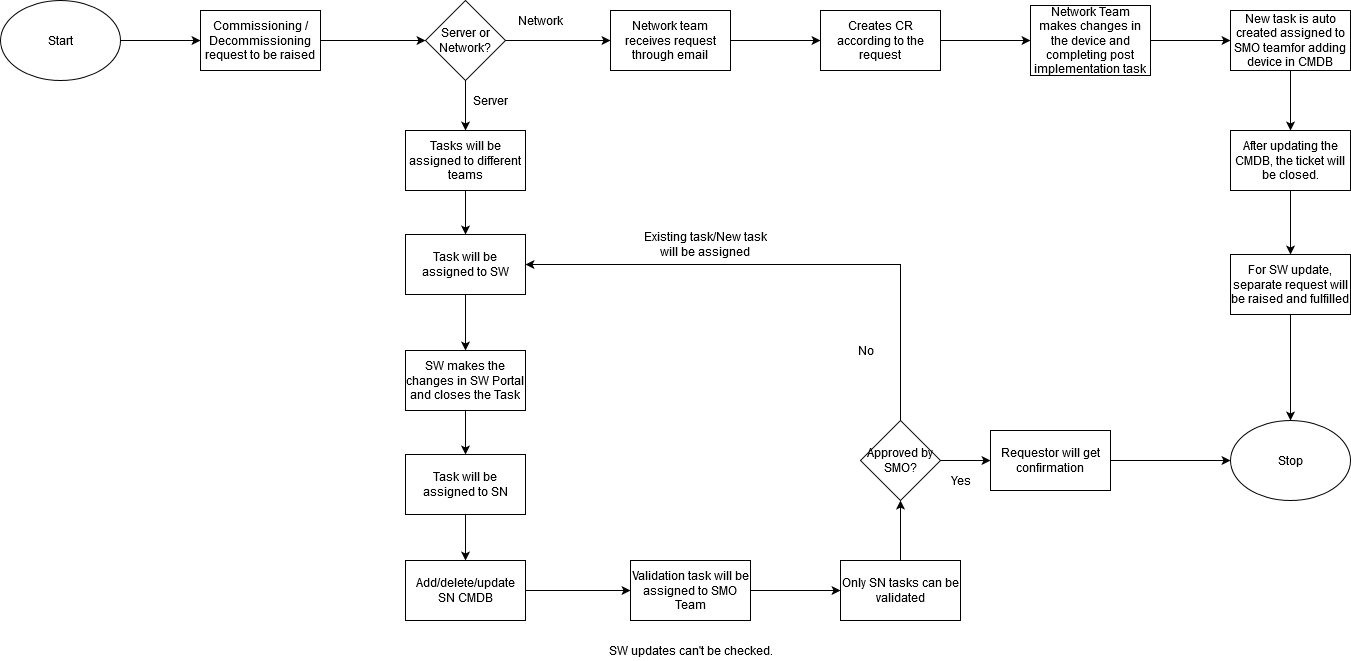
Above: CR Commissioning Decommissioning.png in Jyotiprakash-Parida/process-diagram (draw.io), before the change. Source tidied: cells renumbered, new cells last; positions are measured from the earlier drawing's top-left corner, leaving out a move shared by most shapes.
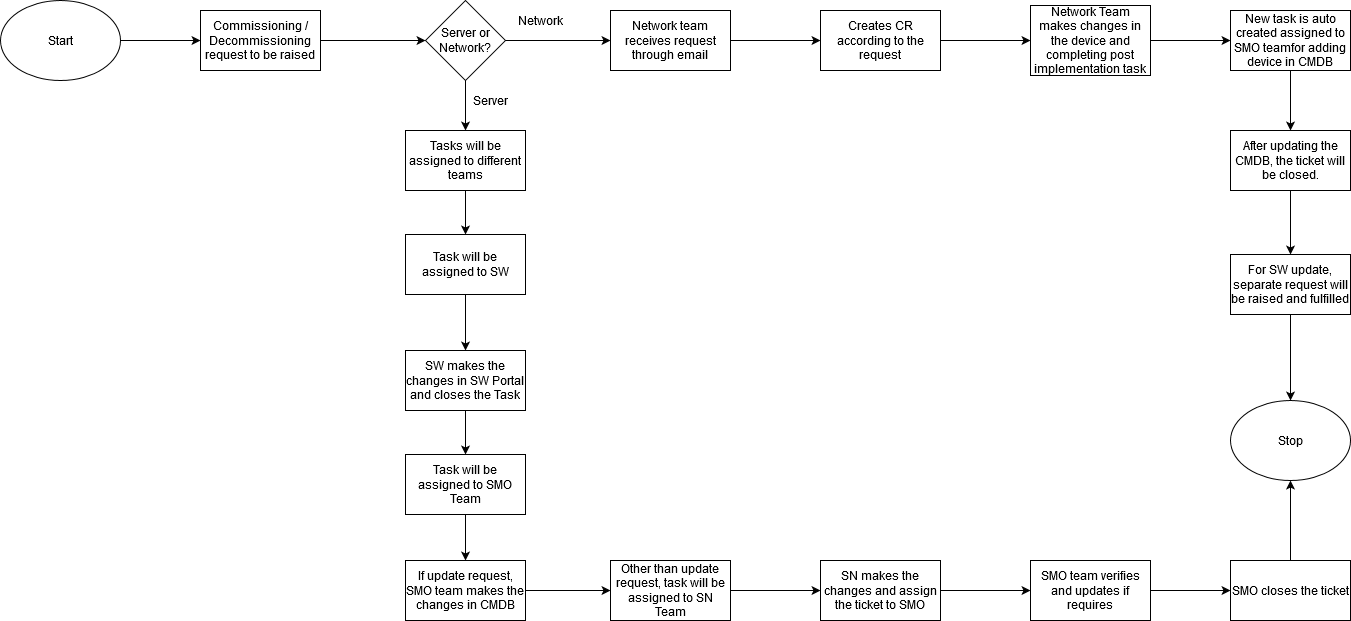
After the commit.

The edit, as a diff of the source:
```diff
@@ -37,54 +37,27 @@
     <mxCell id="12" style="edgeStyle=orthogonalEdgeStyle;rounded=0;jettySize=auto;html=1;exitX=0.5;exitY=1;exitDx=0;exitDy=0;entryX=0.5;entryY=0;entryDx=0;entryDy=0;" parent="1" edge="1" source="13" target="15">
       <mxGeometry relative="1" as="geometry" />
     </mxCell>
-    <mxCell id="13" value="Task will be assigned to SN" style="rounded=0;whiteSpace=wrap;html=1;" parent="1" vertex="1">
+    <mxCell id="13" value="Task will be assigned to SMO Team" style="rounded=0;whiteSpace=wrap;html=1;" parent="1" vertex="1">
       <mxGeometry x="405" y="454" width="120" height="60" as="geometry" />
     </mxCell>
     <mxCell id="14" style="edgeStyle=orthogonalEdgeStyle;rounded=0;jettySize=auto;html=1;exitX=1;exitY=0.5;exitDx=0;exitDy=0;entryX=0;entryY=0.5;entryDx=0;entryDy=0;" parent="1" edge="1" source="15" target="17">
       <mxGeometry relative="1" as="geometry" />
     </mxCell>
-    <mxCell id="15" value="Add/delete/update SN CMDB" style="rounded=0;whiteSpace=wrap;html=1;" parent="1" vertex="1">
+    <mxCell id="15" value="If update request, SMO team makes the changes in CMDB" style="rounded=0;whiteSpace=wrap;html=1;" parent="1" vertex="1">
       <mxGeometry x="405" y="560" width="120" height="60" as="geometry" />
     </mxCell>
     <mxCell id="16" style="edgeStyle=orthogonalEdgeStyle;rounded=0;jettySize=auto;html=1;exitX=1;exitY=0.5;exitDx=0;exitDy=0;entryX=0;entryY=0.5;entryDx=0;entryDy=0;" parent="1" edge="1" source="17" target="20">
       <mxGeometry relative="1" as="geometry" />
     </mxCell>
-    <mxCell id="17" value="Validation task will be assigned to SMO Team" style="rounded=0;whiteSpace=wrap;html=1;" parent="1" vertex="1">
-      <mxGeometry x="630" y="560" width="120" height="60" as="geometry" />
+    <mxCell id="17" value="Other than update request, task will be assigned to SN Team" style="rounded=0;whiteSpace=wrap;html=1;" parent="1" vertex="1">
+      <mxGeometry x="610" y="560" width="120" height="60" as="geometry" />
     </mxCell>
-    <mxCell id="18" value="SW updates can't be checked." style="text;html=1;align=center;verticalAlign=middle;" parent="1" vertex="1">
-      <mxGeometry x="600" y="640" width="180" height="20" as="geometry" />
-    </mxCell>
-    <mxCell id="19" style="edgeStyle=orthogonalEdgeStyle;rounded=0;jettySize=auto;html=1;" parent="1" edge="1" source="20" target="25">
-      <mxGeometry relative="1" as="geometry" />
-    </mxCell>
+    <mxCell id="47" style="edgeStyle=orthogonalEdgeStyle;rounded=0;jettySize=auto;html=1;" parent="1" edge="1" source="20" target="49">
+      <mxGeometry relative="1" as="geometry" />
+    </mxCell>
-    <mxCell id="20" value="Only SN tasks can be validated" style="rounded=0;whiteSpace=wrap;html=1;" parent="1" vertex="1">
-      <mxGeometry x="840" y="560" width="120" height="60" as="geometry" />
+    <mxCell id="20" value="SN makes the changes and assign the ticket to SMO" style="rounded=0;whiteSpace=wrap;html=1;" parent="1" vertex="1">
+      <mxGeometry x="820" y="560" width="120" height="60" as="geometry" />
     </mxCell>
-    <mxCell id="21" style="edgeStyle=orthogonalEdgeStyle;rounded=0;jettySize=auto;html=1;" parent="1" edge="1" source="22" target="31">
-      <mxGeometry relative="1" as="geometry" />
-    </mxCell>
-    <mxCell id="22" value="Requestor will get confirmation" style="rounded=0;whiteSpace=wrap;html=1;" parent="1" vertex="1">
-      <mxGeometry x="990" y="430" width="120" height="60" as="geometry" />
-    </mxCell>
-    <mxCell id="23" style="edgeStyle=orthogonalEdgeStyle;rounded=0;jettySize=auto;html=1;exitX=0.5;exitY=0;exitDx=0;exitDy=0;entryX=1;entryY=0.5;entryDx=0;entryDy=0;" parent="1" edge="1" source="25" target="11">
-      <mxGeometry relative="1" as="geometry" />
-    </mxCell>
-    <mxCell id="24" style="edgeStyle=orthogonalEdgeStyle;rounded=0;jettySize=auto;html=1;" parent="1" edge="1" source="25" target="22">
-      <mxGeometry relative="1" as="geometry" />
-    </mxCell>
-    <mxCell id="25" value="Approved by SMO?" style="rhombus;whiteSpace=wrap;html=1;" parent="1" vertex="1">
-      <mxGeometry x="860" y="420" width="80" height="80" as="geometry" />
-    </mxCell>
-    <mxCell id="26" value="No" style="text;html=1;align=center;verticalAlign=middle;" parent="1" vertex="1">
-      <mxGeometry x="850" y="340" width="30" height="20" as="geometry" />
-    </mxCell>
-    <mxCell id="27" value="Yes" style="text;html=1;align=center;verticalAlign=middle;" parent="1" vertex="1">
-      <mxGeometry x="940" y="470" width="40" height="20" as="geometry" />
-    </mxCell>
-    <mxCell id="28" value="Existing task/New task will be assigned" style="text;html=1;strokeColor=none;fillColor=none;align=center;verticalAlign=middle;whiteSpace=wrap;rounded=0;" parent="1" vertex="1">
-      <mxGeometry x="640" y="234" width="130" height="20" as="geometry" />
-    </mxCell>
     <mxCell id="29" style="edgeStyle=orthogonalEdgeStyle;rounded=0;jettySize=auto;html=1;" parent="1" edge="1" source="30" target="13">
       <mxGeometry relative="1" as="geometry" />
     </mxCell>
@@ -92,7 +65,7 @@
       <mxGeometry x="405" y="350" width="120" height="60" as="geometry" />
     </mxCell>
     <mxCell id="31" value="Stop" style="ellipse;whiteSpace=wrap;html=1;" parent="1" vertex="1">
-      <mxGeometry x="1230" y="420" width="120" height="80" as="geometry" />
+      <mxGeometry x="1230" y="400" width="120" height="80" as="geometry" />
     </mxCell>
     <mxCell id="32" style="edgeStyle=orthogonalEdgeStyle;rounded=0;jettySize=auto;html=1;" parent="1" edge="1" source="33" target="35">
       <mxGeometry relative="1" as="geometry" />
@@ -139,5 +112,17 @@
     <mxCell id="46" value="Network" style="text;html=1;align=center;verticalAlign=middle;" parent="1" vertex="1">
       <mxGeometry x="510" y="10" width="60" height="20" as="geometry" />
     </mxCell>
+    <mxCell id="48" style="edgeStyle=orthogonalEdgeStyle;rounded=0;jettySize=auto;html=1;" parent="1" edge="1" source="49" target="51">
+      <mxGeometry relative="1" as="geometry" />
+    </mxCell>
+    <mxCell id="49" value="SMO team verifies and updates if requires" style="rounded=0;whiteSpace=wrap;html=1;" parent="1" vertex="1">
+      <mxGeometry x="1030" y="560" width="120" height="60" as="geometry" />
+    </mxCell>
+    <mxCell id="50" style="edgeStyle=orthogonalEdgeStyle;rounded=0;jettySize=auto;html=1;" parent="1" edge="1" source="51" target="31">
+      <mxGeometry relative="1" as="geometry" />
+    </mxCell>
+    <mxCell id="51" value="SMO closes the ticket" style="rounded=0;whiteSpace=wrap;html=1;" parent="1" vertex="1">
+      <mxGeometry x="1230" y="560" width="120" height="60" as="geometry" />
+    </mxCell>
   </root>
 </mxGraphModel>
```
